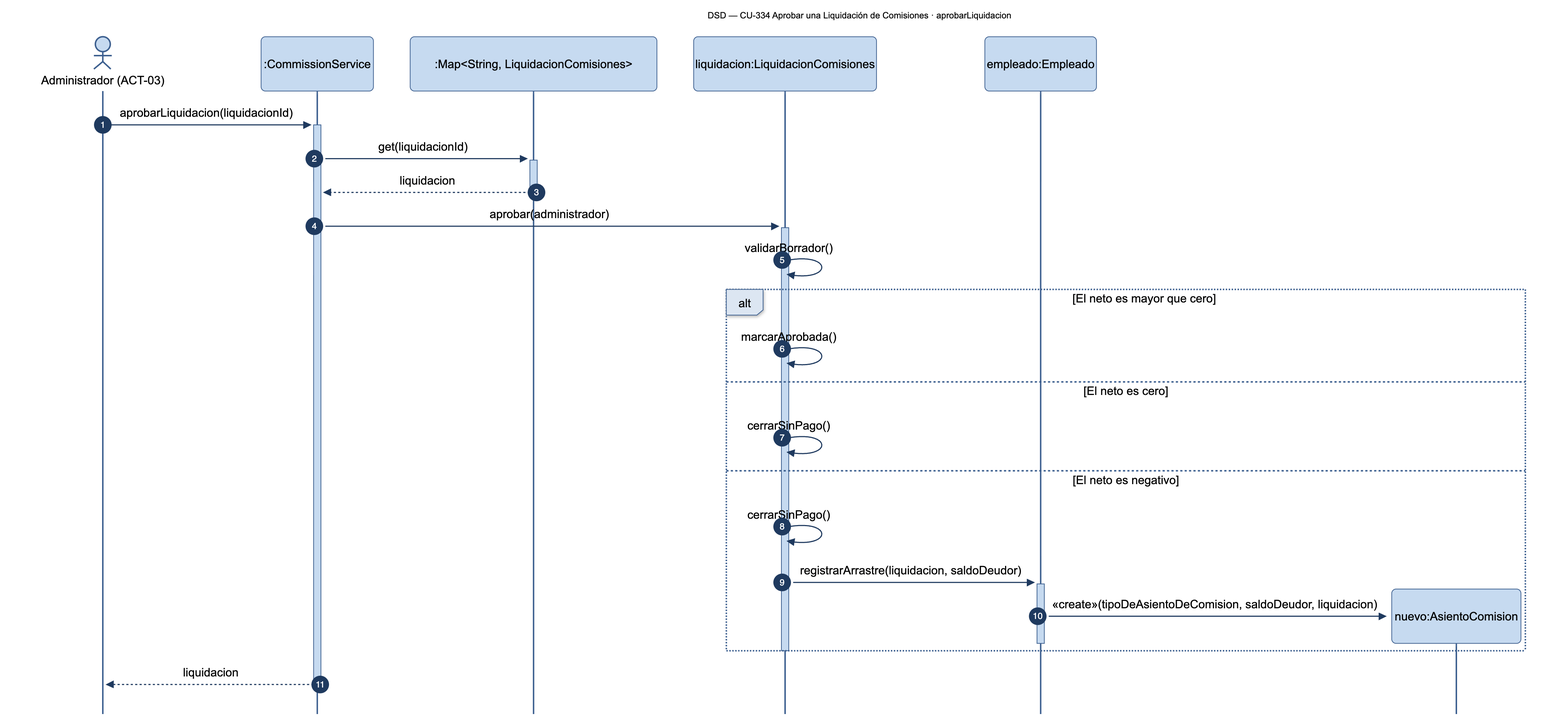
This is diagramas/png/DSD_CU-334_aprobarLiquidacion.png from Nahuelito-Dev/splg-docs, a Mermaid export, as it was before one commit. Its source is kept beside it as diagramas/DSD_CU-334_aprobarLiquidacion.mmd. The source it was exported from:
```mermaid
sequenceDiagram
    title DSD — CU-334 Aprobar una Liquidación de Comisiones · aprobarLiquidacion
    autonumber
    actor ADM as Administrador (ACT-03)
    participant SRV as :CommissionService
    participant LIQS as :Map#lt;String, LiquidacionComisiones#gt;
    participant LIQ as liquidacion:LiquidacionComisiones
    participant EMP as empleado:Empleado

    ADM->>+SRV: aprobarLiquidacion(liquidacionId)
    SRV->>+LIQS: get(liquidacionId)
    LIQS-->>-SRV: liquidacion
    SRV->>+LIQ: aprobar(administrador)
    LIQ->>LIQ: validarBorrador()
    alt El neto es mayor que cero
        LIQ->>LIQ: marcarAprobada()
    else El neto es cero
        LIQ->>LIQ: cerrarSinPago()
    else El neto es negativo
        LIQ->>LIQ: cerrarSinPago()
        LIQ->>+EMP: registrarArrastre(liquidacion, saldoDeudor)
        create participant NAC as nuevo:AsientoComision
        EMP->>NAC: «create»(tipoDeAsientoDeComision, saldoDeudor, liquidacion)
        deactivate EMP
    end
    deactivate LIQ
    SRV-->>-ADM: liquidacion
```
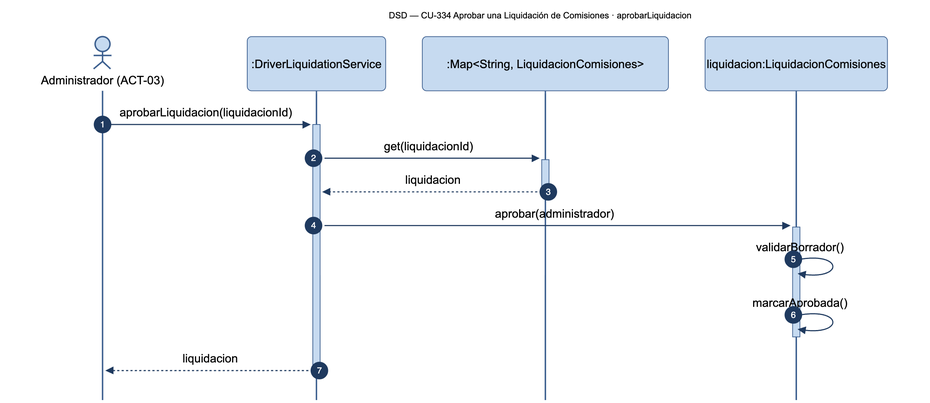
After the change.

Diff of the diagram source:
```diff
@@ -2,26 +2,15 @@
     title DSD — CU-334 Aprobar una Liquidación de Comisiones · aprobarLiquidacion
     autonumber
     actor ADM as Administrador (ACT-03)
-    participant SRV as :CommissionService
+    participant SRV as :DriverLiquidationService
     participant LIQS as :Map#lt;String, LiquidacionComisiones#gt;
     participant LIQ as liquidacion:LiquidacionComisiones
-    participant EMP as empleado:Empleado
 
     ADM->>+SRV: aprobarLiquidacion(liquidacionId)
     SRV->>+LIQS: get(liquidacionId)
     LIQS-->>-SRV: liquidacion
     SRV->>+LIQ: aprobar(administrador)
     LIQ->>LIQ: validarBorrador()
-    alt El neto es mayor que cero
-        LIQ->>LIQ: marcarAprobada()
-    else El neto es cero
-        LIQ->>LIQ: cerrarSinPago()
-    else El neto es negativo
-        LIQ->>LIQ: cerrarSinPago()
-        LIQ->>+EMP: registrarArrastre(liquidacion, saldoDeudor)
-        create participant NAC as nuevo:AsientoComision
-        EMP->>NAC: «create»(tipoDeAsientoDeComision, saldoDeudor, liquidacion)
-        deactivate EMP
-    end
+    LIQ->>LIQ: marcarAprobada()
     deactivate LIQ
     SRV-->>-ADM: liquidacion
```
